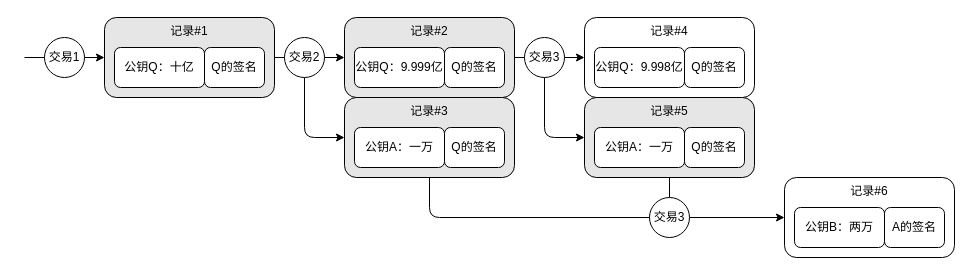
Above: page "tx4" (4 of 6) of draw/ch03.drawio in zxh0/blockchain-book (draw.io), before the change. Source tidied: cells renumbered, new cells numbered last; positions are measured from the earlier drawing's top-left corner, leaving out a move shared by most shapes. Both pictures are drawn from the tidied source at 100%, with x=0, y=0 at pixel (24, 17).
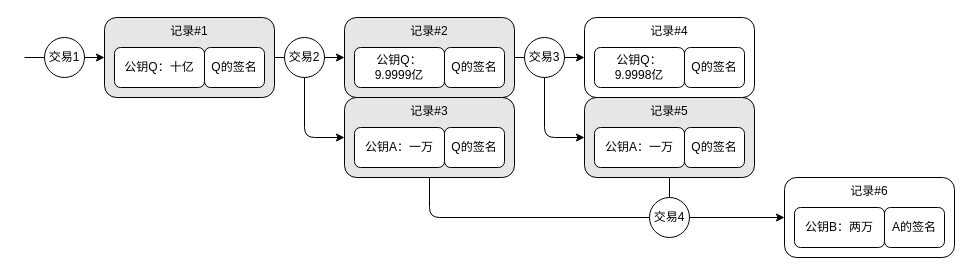
After the change.

Change to the diagram source:
```diff
@@
-    <mxCell id="12" value="公钥Q：9.999亿" style="rounded=1;whiteSpace=wrap;html=1;" parent="1" vertex="1">
+    <mxCell id="12" value="公钥Q：&lt;br&gt;9.9999亿" style="rounded=1;whiteSpace=wrap;html=1;" parent="1" vertex="1">
       <mxGeometry x="330" y="30" width="90" height="40" as="geometry" />
     </mxCell>
@@
-    <mxCell id="22" value="公钥Q：9.998亿" style="rounded=1;whiteSpace=wrap;html=1;" parent="1" vertex="1">
+    <mxCell id="22" value="公钥Q：&lt;br&gt;9.9998亿" style="rounded=1;whiteSpace=wrap;html=1;" parent="1" vertex="1">
       <mxGeometry x="570" y="30" width="90" height="40" as="geometry" />
     </mxCell>
@@
-    <mxCell id="30" value="交易3" style="ellipse;whiteSpace=wrap;html=1;" parent="1" vertex="1">
+    <mxCell id="30" value="交易4" style="ellipse;whiteSpace=wrap;html=1;" parent="1" vertex="1">
       <mxGeometry x="625" y="180" width="40" height="40" as="geometry" />
     </mxCell>
```
